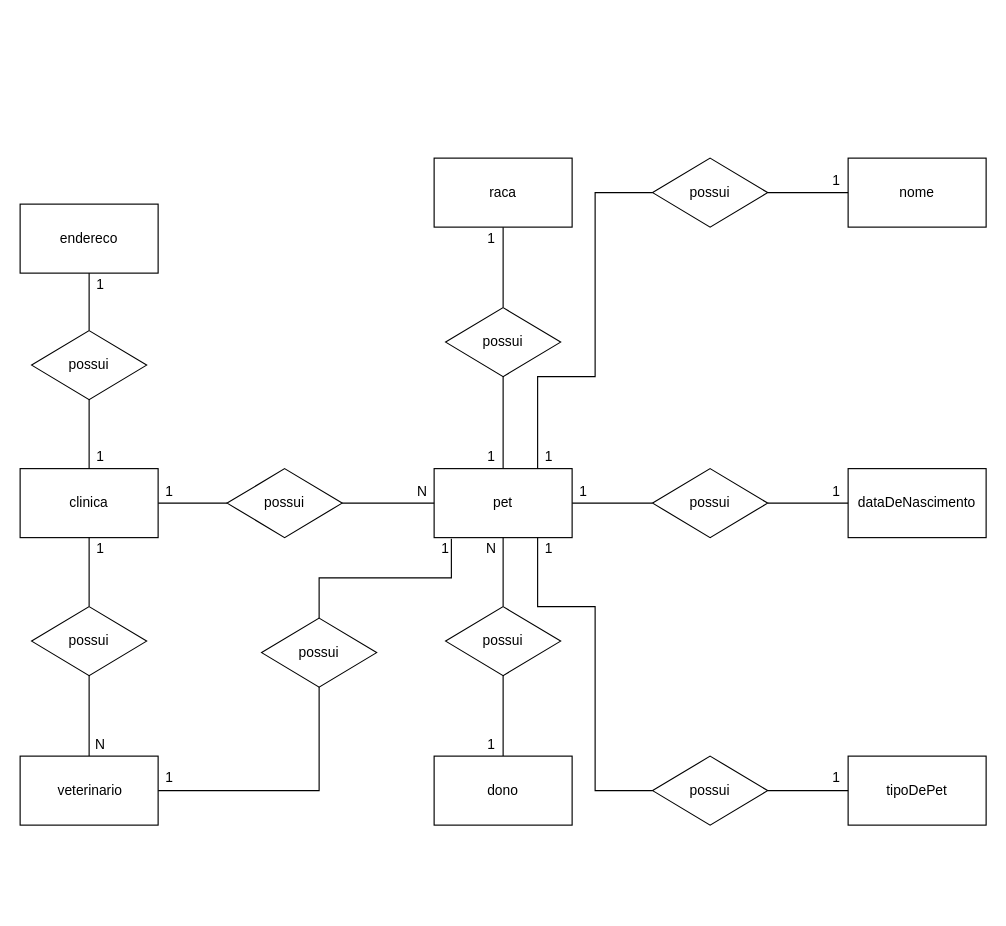
Samel-OP/Senai_Sprint1_BD keeps this draw.io diagram as page "conceitual" (1 of 2) of Exercícios-aula3/1.3-exercicio-pclinics/1.3-exercicio-pclinics.drawio. Above is the earlier version. Source tidied: cells renumbered, new cells numbered last; positions are measured from the earlier drawing's top-left corner, leaving out a move shared by most shapes. Both pictures are drawn from the tidied source at 115%, with x=0, y=0 at pixel (20, 158).
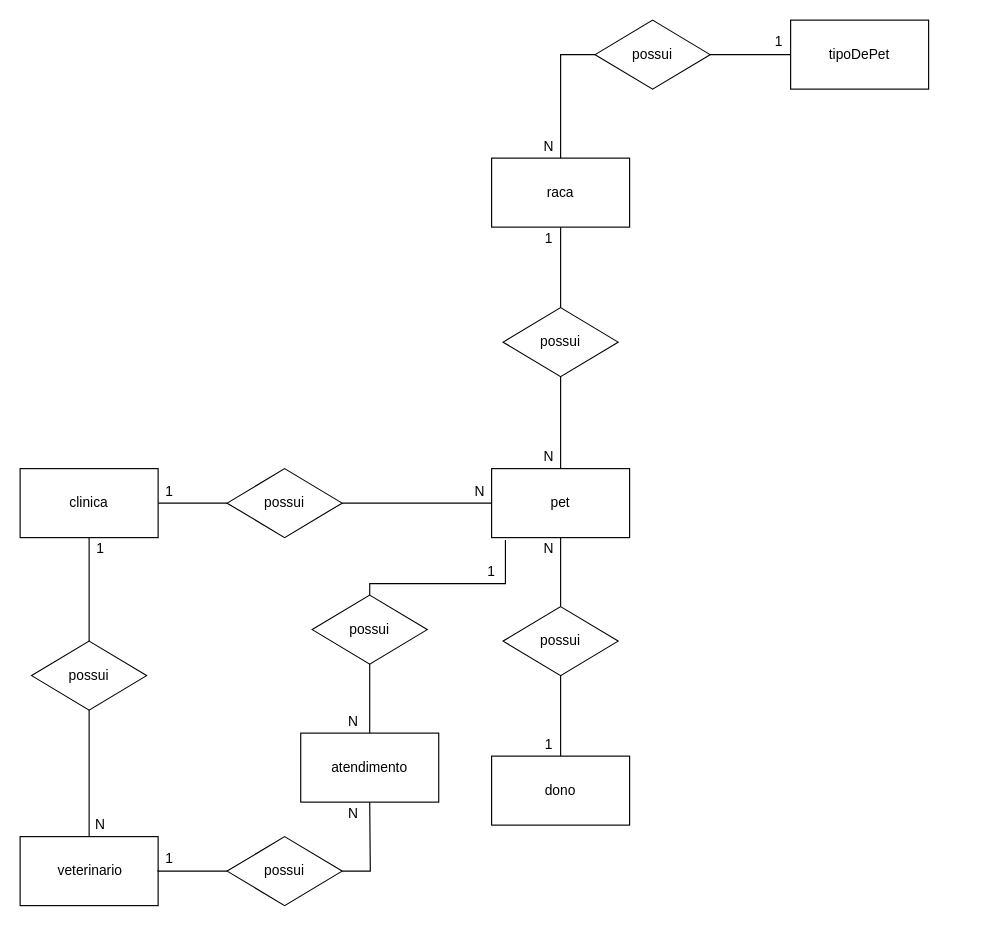
The same diagram, later.

Unchanged cells that the change refers to:
```xml
<mxCell id="3" style="rounded=0;whiteSpace=wrap;html=1;" parent="1" vertex="1">
  <mxGeometry y="270" width="120" height="60" as="geometry" />
</mxCell>
```

What changed in the source:
```diff
@@
-    <mxCell id="4" style="edgeStyle=orthogonalEdgeStyle;rounded=0;jettySize=auto;html=1;exitX=0.5;exitY=1;exitDx=0;exitDy=0;entryX=0.5;entryY=0;entryDx=0;entryDy=0;endArrow=none;endFill=0;" parent="1" edge="1" source="5" target="23">
-      <mxGeometry relative="1" as="geometry" />
-    </mxCell>
-    <mxCell id="5" style="rounded=0;whiteSpace=wrap;html=1;" parent="1" vertex="1">
-      <mxGeometry y="40" width="120" height="60" as="geometry" />
-    </mxCell>
@@
-    <mxCell id="7" style="edgeStyle=orthogonalEdgeStyle;rounded=0;jettySize=auto;html=1;exitX=1;exitY=0.5;exitDx=0;exitDy=0;entryX=0;entryY=0.5;entryDx=0;entryDy=0;endArrow=none;endFill=0;" parent="1" edge="1" source="8" target="37">
-      <mxGeometry relative="1" as="geometry" />
-    </mxCell>
     <mxCell id="8" style="rounded=0;whiteSpace=wrap;html=1;" parent="1" vertex="1">
-      <mxGeometry x="360" y="270" width="120" height="60" as="geometry" />
+      <mxGeometry x="410" y="270" width="120" height="60" as="geometry" />
     </mxCell>
-    <mxCell id="9" style="rounded=0;whiteSpace=wrap;html=1;" parent="1" vertex="1">
-      <mxGeometry x="720" width="120" height="60" as="geometry" />
-    </mxCell>
-    <mxCell id="10" style="rounded=0;whiteSpace=wrap;html=1;" parent="1" vertex="1">
-      <mxGeometry x="720" y="270" width="120" height="60" as="geometry" />
-    </mxCell>
     <mxCell id="11" style="rounded=0;whiteSpace=wrap;html=1;" parent="1" vertex="1">
-      <mxGeometry x="720" y="520" width="120" height="60" as="geometry" />
+      <mxGeometry x="670" y="-120" width="120" height="60" as="geometry" />
     </mxCell>
     <mxCell id="12" style="rounded=0;whiteSpace=wrap;html=1;" parent="1" vertex="1">
-      <mxGeometry x="360" width="120" height="60" as="geometry" />
+      <mxGeometry x="410" width="120" height="60" as="geometry" />
     </mxCell>
     <mxCell id="13" style="rounded=0;whiteSpace=wrap;html=1;" parent="1" vertex="1">
-      <mxGeometry x="360" y="520" width="120" height="60" as="geometry" />
+      <mxGeometry x="410" y="520" width="120" height="60" as="geometry" />
     </mxCell>
-    <mxCell id="14" value="endereco" style="text;html=1;strokeColor=none;fillColor=none;align=center;verticalAlign=middle;whiteSpace=wrap;rounded=0;" parent="1" vertex="1">
-      <mxGeometry x="40" y="60" width="40" height="20" as="geometry" />
-    </mxCell>
@@
     <mxCell id="16" value="pet" style="text;html=1;strokeColor=none;fillColor=none;align=center;verticalAlign=middle;whiteSpace=wrap;rounded=0;" parent="1" vertex="1">
-      <mxGeometry x="400" y="290" width="40" height="20" as="geometry" />
+      <mxGeometry x="450" y="290" width="40" height="20" as="geometry" />
     </mxCell>
     <mxCell id="17" value="dono" style="text;html=1;strokeColor=none;fillColor=none;align=center;verticalAlign=middle;whiteSpace=wrap;rounded=0;" parent="1" vertex="1">
-      <mxGeometry x="400" y="540" width="40" height="20" as="geometry" />
+      <mxGeometry x="450" y="540" width="40" height="20" as="geometry" />
     </mxCell>
-    <mxCell id="18" value="nome" style="text;html=1;strokeColor=none;fillColor=none;align=center;verticalAlign=middle;whiteSpace=wrap;rounded=0;" parent="1" vertex="1">
-      <mxGeometry x="760" y="20" width="40" height="20" as="geometry" />
-    </mxCell>
-    <mxCell id="19" value="dataDeNascimento" style="text;html=1;strokeColor=none;fillColor=none;align=center;verticalAlign=middle;whiteSpace=wrap;rounded=0;" parent="1" vertex="1">
-      <mxGeometry x="720" y="290" width="120" height="20" as="geometry" />
-    </mxCell>
     <mxCell id="20" value="tipoDePet" style="text;html=1;strokeColor=none;fillColor=none;align=center;verticalAlign=middle;whiteSpace=wrap;rounded=0;" parent="1" vertex="1">
-      <mxGeometry x="760" y="540" width="40" height="20" as="geometry" />
+      <mxGeometry x="710" y="-100" width="40" height="20" as="geometry" />
     </mxCell>
     <mxCell id="21" value="raca" style="text;html=1;strokeColor=none;fillColor=none;align=center;verticalAlign=middle;whiteSpace=wrap;rounded=0;" parent="1" vertex="1">
-      <mxGeometry x="400" y="20" width="40" height="20" as="geometry" />
+      <mxGeometry x="450" y="20" width="40" height="20" as="geometry" />
     </mxCell>
-    <mxCell id="22" style="edgeStyle=orthogonalEdgeStyle;rounded=0;jettySize=auto;html=1;exitX=0.5;exitY=1;exitDx=0;exitDy=0;entryX=0.5;entryY=0;entryDx=0;entryDy=0;endArrow=none;endFill=0;" parent="1" edge="1" source="23" target="3">
-      <mxGeometry relative="1" as="geometry" />
-    </mxCell>
-    <mxCell id="23" style="rhombus;whiteSpace=wrap;html=1;" parent="1" vertex="1">
-      <mxGeometry x="10" y="150" width="100" height="60" as="geometry" />
-    </mxCell>
@@
     <mxCell id="25" style="rhombus;whiteSpace=wrap;html=1;" parent="1" vertex="1">
-      <mxGeometry x="370" y="130" width="100" height="60" as="geometry" />
+      <mxGeometry x="420" y="130" width="100" height="60" as="geometry" />
     </mxCell>
@@
     <mxCell id="27" style="rhombus;whiteSpace=wrap;html=1;" parent="1" vertex="1">
-      <mxGeometry x="370" y="390" width="100" height="60" as="geometry" />
+      <mxGeometry x="420" y="390" width="100" height="60" as="geometry" />
     </mxCell>
-    <mxCell id="28" style="edgeStyle=orthogonalEdgeStyle;rounded=0;jettySize=auto;html=1;exitX=0;exitY=0.5;exitDx=0;exitDy=0;entryX=0.75;entryY=0;entryDx=0;entryDy=0;endArrow=none;endFill=0;" parent="1" edge="1" source="30" target="8">
-      <mxGeometry relative="1" as="geometry">
-        <Array as="points">
-          <mxPoint x="500" y="30" />
-          <mxPoint x="500" y="190" />
-          <mxPoint x="450" y="190" />
-        </Array>
-      </mxGeometry>
-    </mxCell>
-    <mxCell id="29" style="edgeStyle=orthogonalEdgeStyle;rounded=0;jettySize=auto;html=1;exitX=1;exitY=0.5;exitDx=0;exitDy=0;entryX=0;entryY=0.5;entryDx=0;entryDy=0;endArrow=none;endFill=0;" parent="1" edge="1" source="30" target="9">
-      <mxGeometry relative="1" as="geometry" />
-    </mxCell>
-    <mxCell id="30" style="rhombus;whiteSpace=wrap;html=1;" parent="1" vertex="1">
-      <mxGeometry x="550" width="100" height="60" as="geometry" />
-    </mxCell>
-    <mxCell id="31" style="edgeStyle=orthogonalEdgeStyle;rounded=0;jettySize=auto;html=1;exitX=0;exitY=0.5;exitDx=0;exitDy=0;entryX=0.75;entryY=1;entryDx=0;entryDy=0;endArrow=none;endFill=0;" parent="1" edge="1" source="33" target="8">
-      <mxGeometry relative="1" as="geometry">
-        <Array as="points">
-          <mxPoint x="500" y="550" />
-          <mxPoint x="500" y="390" />
-          <mxPoint x="450" y="390" />
-        </Array>
-      </mxGeometry>
-    </mxCell>
@@
+    <mxCell id="74" style="edgeStyle=orthogonalEdgeStyle;rounded=0;jettySize=auto;html=1;entryX=0.5;entryY=0;entryDx=0;entryDy=0;endArrow=none;endFill=0;" parent="1" edge="1" source="33" target="12">
+      <mxGeometry relative="1" as="geometry">
+        <Array as="points">
+          <mxPoint x="470" y="-90" />
+        </Array>
+      </mxGeometry>
+    </mxCell>
     <mxCell id="33" style="rhombus;whiteSpace=wrap;html=1;" parent="1" vertex="1">
-      <mxGeometry x="550" y="520" width="100" height="60" as="geometry" />
+      <mxGeometry x="500" y="-120" width="100" height="60" as="geometry" />
     </mxCell>
@@
-    <mxCell id="36" style="edgeStyle=orthogonalEdgeStyle;rounded=0;jettySize=auto;html=1;exitX=1;exitY=0.5;exitDx=0;exitDy=0;entryX=0;entryY=0.5;entryDx=0;entryDy=0;endArrow=none;endFill=0;" parent="1" edge="1" source="37" target="19">
-      <mxGeometry relative="1" as="geometry" />
-    </mxCell>
-    <mxCell id="37" style="rhombus;whiteSpace=wrap;html=1;" parent="1" vertex="1">
-      <mxGeometry x="550" y="270" width="100" height="60" as="geometry" />
-    </mxCell>
@@
-    <mxCell id="39" value="possui" style="text;html=1;strokeColor=none;fillColor=none;align=center;verticalAlign=middle;whiteSpace=wrap;rounded=0;" parent="1" vertex="1">
-      <mxGeometry x="40" y="170" width="40" height="20" as="geometry" />
-    </mxCell>
     <mxCell id="40" value="possui" style="text;html=1;strokeColor=none;fillColor=none;align=center;verticalAlign=middle;whiteSpace=wrap;rounded=0;" parent="1" vertex="1">
-      <mxGeometry x="400" y="150" width="40" height="20" as="geometry" />
+      <mxGeometry x="450" y="150" width="40" height="20" as="geometry" />
     </mxCell>
     <mxCell id="41" value="possui" style="text;html=1;strokeColor=none;fillColor=none;align=center;verticalAlign=middle;whiteSpace=wrap;rounded=0;" parent="1" vertex="1">
-      <mxGeometry x="400" y="410" width="40" height="20" as="geometry" />
+      <mxGeometry x="450" y="410" width="40" height="20" as="geometry" />
     </mxCell>
-    <mxCell id="42" value="possui" style="text;html=1;strokeColor=none;fillColor=none;align=center;verticalAlign=middle;whiteSpace=wrap;rounded=0;" parent="1" vertex="1">
-      <mxGeometry x="580" y="290" width="40" height="20" as="geometry" />
-    </mxCell>
-    <mxCell id="43" value="possui" style="text;html=1;strokeColor=none;fillColor=none;align=center;verticalAlign=middle;whiteSpace=wrap;rounded=0;" parent="1" vertex="1">
-      <mxGeometry x="580" y="20" width="40" height="20" as="geometry" />
-    </mxCell>
     <mxCell id="44" value="possui" style="text;html=1;strokeColor=none;fillColor=none;align=center;verticalAlign=middle;whiteSpace=wrap;rounded=0;" parent="1" vertex="1">
-      <mxGeometry x="580" y="540" width="40" height="20" as="geometry" />
+      <mxGeometry x="530" y="-100" width="40" height="20" as="geometry" />
     </mxCell>
-    <mxCell id="45" value="1" style="text;html=1;strokeColor=none;fillColor=none;align=center;verticalAlign=middle;whiteSpace=wrap;rounded=0;" parent="1" vertex="1">
-      <mxGeometry x="50" y="100" width="40" height="20" as="geometry" />
-    </mxCell>
-    <mxCell id="46" value="1" style="text;html=1;strokeColor=none;fillColor=none;align=center;verticalAlign=middle;whiteSpace=wrap;rounded=0;" parent="1" vertex="1">
-      <mxGeometry x="50" y="250" width="40" height="20" as="geometry" />
-    </mxCell>
@@
     <mxCell id="48" value="N" style="text;html=1;strokeColor=none;fillColor=none;align=center;verticalAlign=middle;whiteSpace=wrap;rounded=0;" parent="1" vertex="1">
-      <mxGeometry x="330" y="280" width="40" height="20" as="geometry" />
+      <mxGeometry x="380" y="280" width="40" height="20" as="geometry" />
     </mxCell>
     <mxCell id="49" value="N" style="text;html=1;strokeColor=none;fillColor=none;align=center;verticalAlign=middle;whiteSpace=wrap;rounded=0;" parent="1" vertex="1">
-      <mxGeometry x="390" y="330" width="40" height="20" as="geometry" />
+      <mxGeometry x="440" y="330" width="40" height="20" as="geometry" />
     </mxCell>
@@
     <mxCell id="51" value="1" style="text;html=1;strokeColor=none;fillColor=none;align=center;verticalAlign=middle;whiteSpace=wrap;rounded=0;" parent="1" vertex="1">
-      <mxGeometry x="390" y="500" width="40" height="20" as="geometry" />
+      <mxGeometry x="440" y="500" width="40" height="20" as="geometry" />
     </mxCell>
-    <mxCell id="52" value="1" style="text;html=1;strokeColor=none;fillColor=none;align=center;verticalAlign=middle;whiteSpace=wrap;rounded=0;" parent="1" vertex="1">
-      <mxGeometry x="390" y="250" width="40" height="20" as="geometry" />
+    <mxCell id="52" value="N" style="text;html=1;strokeColor=none;fillColor=none;align=center;verticalAlign=middle;whiteSpace=wrap;rounded=0;" parent="1" vertex="1">
+      <mxGeometry x="440" y="250" width="40" height="20" as="geometry" />
     </mxCell>
     <mxCell id="53" value="1" style="text;html=1;strokeColor=none;fillColor=none;align=center;verticalAlign=middle;whiteSpace=wrap;rounded=0;" parent="1" vertex="1">
-      <mxGeometry x="390" y="60" width="40" height="20" as="geometry" />
+      <mxGeometry x="440" y="60" width="40" height="20" as="geometry" />
     </mxCell>
-    <mxCell id="54" value="1" style="text;html=1;strokeColor=none;fillColor=none;align=center;verticalAlign=middle;whiteSpace=wrap;rounded=0;" parent="1" vertex="1">
-      <mxGeometry x="690" y="10" width="40" height="20" as="geometry" />
-    </mxCell>
-    <mxCell id="55" value="1" style="text;html=1;strokeColor=none;fillColor=none;align=center;verticalAlign=middle;whiteSpace=wrap;rounded=0;" parent="1" vertex="1">
-      <mxGeometry x="690" y="280" width="40" height="20" as="geometry" />
-    </mxCell>
     <mxCell id="56" value="1" style="text;html=1;strokeColor=none;fillColor=none;align=center;verticalAlign=middle;whiteSpace=wrap;rounded=0;" parent="1" vertex="1">
-      <mxGeometry x="690" y="529" width="40" height="20" as="geometry" />
+      <mxGeometry x="640" y="-111" width="40" height="20" as="geometry" />
     </mxCell>
-    <mxCell id="57" value="1" style="text;html=1;strokeColor=none;fillColor=none;align=center;verticalAlign=middle;whiteSpace=wrap;rounded=0;" parent="1" vertex="1">
-      <mxGeometry x="440" y="250" width="40" height="20" as="geometry" />
-    </mxCell>
-    <mxCell id="58" value="1" style="text;html=1;strokeColor=none;fillColor=none;align=center;verticalAlign=middle;whiteSpace=wrap;rounded=0;" parent="1" vertex="1">
-      <mxGeometry x="470" y="280" width="40" height="20" as="geometry" />
-    </mxCell>
-    <mxCell id="59" value="1" style="text;html=1;strokeColor=none;fillColor=none;align=center;verticalAlign=middle;whiteSpace=wrap;rounded=0;" parent="1" vertex="1">
-      <mxGeometry x="440" y="330" width="40" height="20" as="geometry" />
-    </mxCell>
-    <mxCell id="60" style="edgeStyle=orthogonalEdgeStyle;rounded=0;jettySize=auto;html=1;exitX=1;exitY=0.5;exitDx=0;exitDy=0;entryX=0.5;entryY=1;entryDx=0;entryDy=0;endArrow=none;endFill=0;" parent="1" edge="1" source="61" target="69">
-      <mxGeometry relative="1" as="geometry" />
-    </mxCell>
     <mxCell id="61" style="rounded=0;whiteSpace=wrap;html=1;" parent="1" vertex="1">
-      <mxGeometry y="520" width="120" height="60" as="geometry" />
+      <mxGeometry y="590" width="120" height="60" as="geometry" />
     </mxCell>
     <mxCell id="62" value="veterinario" style="text;html=1;strokeColor=none;fillColor=none;align=center;verticalAlign=middle;whiteSpace=wrap;rounded=0;" parent="1" vertex="1">
-      <mxGeometry x="41" y="540" width="40" height="20" as="geometry" />
+      <mxGeometry x="41" y="610" width="40" height="20" as="geometry" />
     </mxCell>
@@
     <mxCell id="65" style="rhombus;whiteSpace=wrap;html=1;" parent="1" vertex="1">
-      <mxGeometry x="10" y="390" width="100" height="60" as="geometry" />
+      <mxGeometry x="10" y="420" width="100" height="60" as="geometry" />
     </mxCell>
     <mxCell id="66" value="possui" style="text;html=1;strokeColor=none;fillColor=none;align=center;verticalAlign=middle;whiteSpace=wrap;rounded=0;" parent="1" vertex="1">
-      <mxGeometry x="40" y="410" width="40" height="20" as="geometry" />
+      <mxGeometry x="40" y="440" width="40" height="20" as="geometry" />
     </mxCell>
@@
     <mxCell id="68" value="N" style="text;html=1;strokeColor=none;fillColor=none;align=center;verticalAlign=middle;whiteSpace=wrap;rounded=0;" parent="1" vertex="1">
-      <mxGeometry x="50" y="500" width="40" height="20" as="geometry" />
+      <mxGeometry x="50" y="570" width="40" height="20" as="geometry" />
     </mxCell>
+    <mxCell id="75" style="edgeStyle=orthogonalEdgeStyle;rounded=0;jettySize=auto;html=1;exitX=1;exitY=0.5;exitDx=0;exitDy=0;entryX=0.5;entryY=1;entryDx=0;entryDy=0;endArrow=none;endFill=0;" parent="1" edge="1" source="69">
+      <mxGeometry relative="1" as="geometry">
+        <mxPoint x="304" y="560" as="targetPoint" />
+      </mxGeometry>
+    </mxCell>
     <mxCell id="69" style="rhombus;whiteSpace=wrap;html=1;" parent="1" vertex="1">
-      <mxGeometry x="210" y="400" width="100" height="60" as="geometry" />
+      <mxGeometry x="180" y="590" width="100" height="60" as="geometry" />
     </mxCell>
     <mxCell id="70" value="possui" style="text;html=1;strokeColor=none;fillColor=none;align=center;verticalAlign=middle;whiteSpace=wrap;rounded=0;" parent="1" vertex="1">
-      <mxGeometry x="240" y="420" width="40" height="20" as="geometry" />
+      <mxGeometry x="210" y="610" width="40" height="20" as="geometry" />
     </mxCell>
+    <mxCell id="76" style="edgeStyle=orthogonalEdgeStyle;rounded=0;jettySize=auto;html=1;exitX=0.25;exitY=1;exitDx=0;exitDy=0;entryX=0;entryY=0.5;entryDx=0;entryDy=0;endArrow=none;endFill=0;" parent="1" edge="1" source="71" target="69">
+      <mxGeometry relative="1" as="geometry">
+        <Array as="points">
+          <mxPoint x="120" y="620" />
+        </Array>
+      </mxGeometry>
+    </mxCell>
     <mxCell id="71" value="1" style="text;html=1;strokeColor=none;fillColor=none;align=center;verticalAlign=middle;whiteSpace=wrap;rounded=0;" parent="1" vertex="1">
-      <mxGeometry x="110" y="529" width="40" height="20" as="geometry" />
+      <mxGeometry x="110" y="599" width="40" height="20" as="geometry" />
     </mxCell>
-    <mxCell id="72" style="edgeStyle=orthogonalEdgeStyle;rounded=0;jettySize=auto;html=1;exitX=0.5;exitY=0;exitDx=0;exitDy=0;entryX=0.125;entryY=1.017;entryDx=0;entryDy=0;endArrow=none;endFill=0;entryPerimeter=0;" parent="1" edge="1" source="69" target="8">
-      <mxGeometry relative="1" as="geometry" />
-    </mxCell>
     <mxCell id="73" value="1" style="text;html=1;strokeColor=none;fillColor=none;align=center;verticalAlign=middle;whiteSpace=wrap;rounded=0;" parent="1" vertex="1">
-      <mxGeometry x="350" y="330" width="40" height="20" as="geometry" />
+      <mxGeometry x="390" y="350" width="40" height="20" as="geometry" />
     </mxCell>
+    <mxCell id="77" value="atendimento" style="rounded=0;whiteSpace=wrap;html=1;" parent="1" vertex="1">
+      <mxGeometry x="244" y="500" width="120" height="60" as="geometry" />
+    </mxCell>
+    <mxCell id="78" value="N" style="text;html=1;strokeColor=none;fillColor=none;align=center;verticalAlign=middle;whiteSpace=wrap;rounded=0;" parent="1" vertex="1">
+      <mxGeometry x="270" y="560" width="40" height="20" as="geometry" />
+    </mxCell>
+    <mxCell id="79" style="edgeStyle=orthogonalEdgeStyle;rounded=0;jettySize=auto;html=1;exitX=0.5;exitY=1;exitDx=0;exitDy=0;entryX=0.5;entryY=0;entryDx=0;entryDy=0;endArrow=none;endFill=0;" parent="1" edge="1" source="81" target="77">
+      <mxGeometry relative="1" as="geometry" />
+    </mxCell>
+    <mxCell id="80" style="edgeStyle=orthogonalEdgeStyle;rounded=0;jettySize=auto;html=1;entryX=0.1;entryY=1.033;entryDx=0;entryDy=0;endArrow=none;endFill=0;exitX=0.5;exitY=0;exitDx=0;exitDy=0;entryPerimeter=0;" parent="1" edge="1" source="81" target="8">
+      <mxGeometry relative="1" as="geometry">
+        <Array as="points">
+          <mxPoint x="304" y="370" />
+          <mxPoint x="422" y="370" />
+        </Array>
+      </mxGeometry>
+    </mxCell>
+    <mxCell id="81" style="rhombus;whiteSpace=wrap;html=1;" parent="1" vertex="1">
+      <mxGeometry x="254" y="380" width="100" height="60" as="geometry" />
+    </mxCell>
+    <mxCell id="82" value="possui" style="text;html=1;strokeColor=none;fillColor=none;align=center;verticalAlign=middle;whiteSpace=wrap;rounded=0;" parent="1" vertex="1">
+      <mxGeometry x="284" y="400" width="40" height="20" as="geometry" />
+    </mxCell>
+    <mxCell id="83" value="N" style="text;html=1;strokeColor=none;fillColor=none;align=center;verticalAlign=middle;whiteSpace=wrap;rounded=0;" parent="1" vertex="1">
+      <mxGeometry x="270" y="480" width="40" height="20" as="geometry" />
+    </mxCell>
+    <mxCell id="84" value="N" style="text;html=1;strokeColor=none;fillColor=none;align=center;verticalAlign=middle;whiteSpace=wrap;rounded=0;" parent="1" vertex="1">
+      <mxGeometry x="440" y="-20" width="40" height="20" as="geometry" />
+    </mxCell>
```
